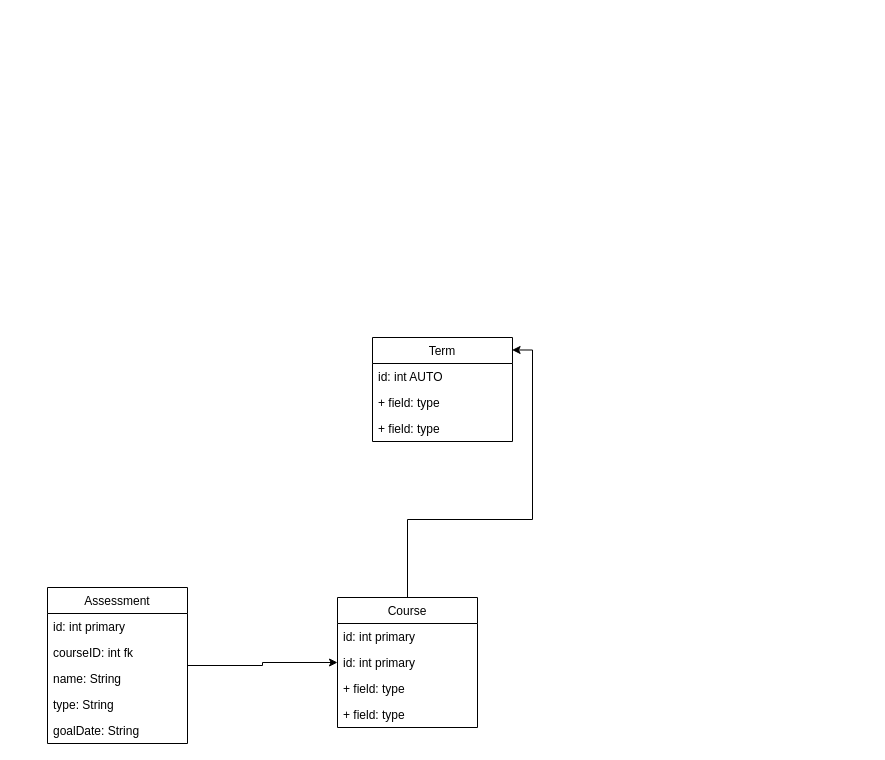
Before: extras/C196.drawio in tyler71/C196, a draw.io diagram. Source tidied: cells renumbered, new cells numbered last; positions are measured from the earlier drawing's top-left corner, leaving out a move shared by most shapes. Both pictures are drawn from the tidied source at 100%, with x=0, y=0 at pixel (47, 337).
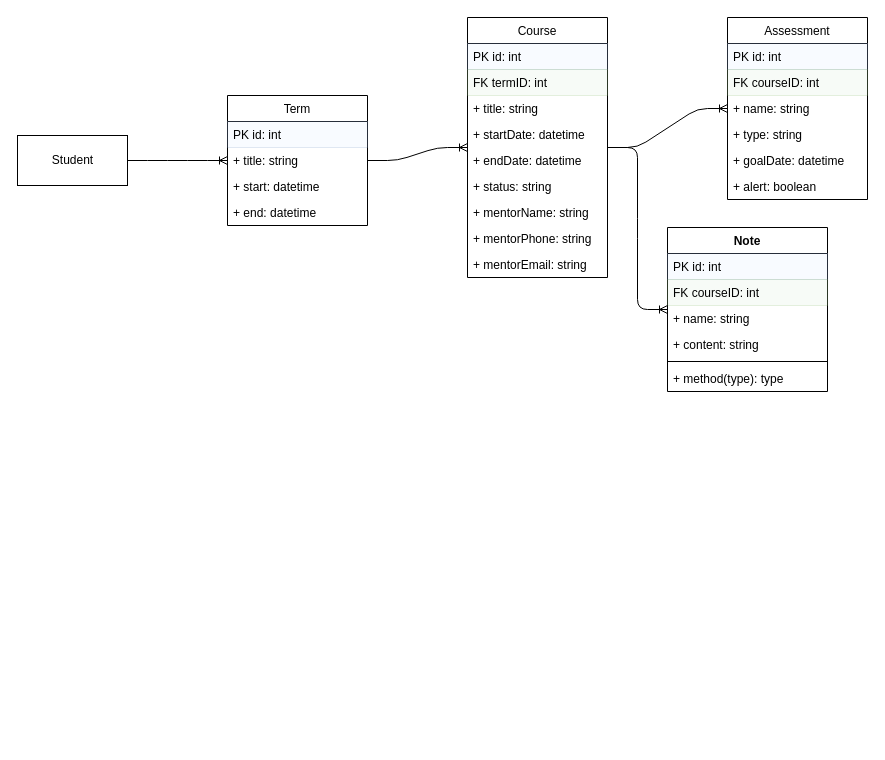
The same page after the edit.

Commit message:
nearly done with design of database. Include fk

The edit, as a diff of the source:
```diff
@@
+    <mxCell id="19" value="Student" style="html=1;" parent="1" vertex="1">
+      <mxGeometry x="-30" y="-202" width="110" height="50" as="geometry" />
+    </mxCell>
+    <mxCell id="14" value="Course" style="swimlane;fontStyle=0;horizontal=1;startSize=26;fillColor=none;" parent="1" vertex="1">
+      <mxGeometry x="420" y="-320" width="140" height="260" as="geometry" />
+    </mxCell>
+    <mxCell id="15" value="PK id: int" style="text;strokeColor=#6c8ebf;fillColor=#dae8fc;align=left;verticalAlign=top;spacingLeft=4;spacingRight=4;overflow=hidden;opacity=20;" parent="14" vertex="1">
+      <mxGeometry y="26" width="140" height="26" as="geometry" />
+    </mxCell>
+    <mxCell id="16" value="FK termID: int" style="text;strokeColor=#82b366;fillColor=#d5e8d4;align=left;verticalAlign=top;spacingLeft=4;spacingRight=4;overflow=hidden;opacity=20;" parent="14" vertex="1">
+      <mxGeometry y="52" width="140" height="26" as="geometry" />
+    </mxCell>
+    <mxCell id="17" value="+ title: string" style="text;strokeColor=none;fillColor=none;align=left;verticalAlign=top;spacingLeft=4;spacingRight=4;overflow=hidden;" parent="14" vertex="1">
+      <mxGeometry y="78" width="140" height="26" as="geometry" />
+    </mxCell>
+    <mxCell id="20" value="+ startDate: datetime" style="text;strokeColor=none;fillColor=none;align=left;verticalAlign=top;spacingLeft=4;spacingRight=4;overflow=hidden;" parent="14" vertex="1">
+      <mxGeometry y="104" width="140" height="26" as="geometry" />
+    </mxCell>
+    <mxCell id="21" value="+ endDate: datetime" style="text;strokeColor=none;fillColor=none;align=left;verticalAlign=top;spacingLeft=4;spacingRight=4;overflow=hidden;" parent="14" vertex="1">
+      <mxGeometry y="130" width="140" height="26" as="geometry" />
+    </mxCell>
+    <mxCell id="22" value="+ status: string" style="text;strokeColor=none;fillColor=none;align=left;verticalAlign=top;spacingLeft=4;spacingRight=4;overflow=hidden;" parent="14" vertex="1">
+      <mxGeometry y="156" width="140" height="26" as="geometry" />
+    </mxCell>
+    <mxCell id="23" value="+ mentorName: string" style="text;strokeColor=none;fillColor=none;align=left;verticalAlign=top;spacingLeft=4;spacingRight=4;overflow=hidden;" parent="14" vertex="1">
+      <mxGeometry y="182" width="140" height="26" as="geometry" />
+    </mxCell>
+    <mxCell id="24" value="+ mentorPhone: string" style="text;strokeColor=none;fillColor=none;align=left;verticalAlign=top;spacingLeft=4;spacingRight=4;overflow=hidden;" parent="14" vertex="1">
+      <mxGeometry y="208" width="140" height="26" as="geometry" />
+    </mxCell>
+    <mxCell id="25" value="+ mentorEmail: string" style="text;strokeColor=none;fillColor=none;align=left;verticalAlign=top;spacingLeft=4;spacingRight=4;overflow=hidden;" parent="14" vertex="1">
+      <mxGeometry y="234" width="140" height="26" as="geometry" />
+    </mxCell>
     <mxCell id="2" value="Term" style="swimlane;fontStyle=0;horizontal=1;startSize=26;fillColor=none;" parent="1" vertex="1">
-      <mxGeometry x="325" width="140" height="104" as="geometry" />
+      <mxGeometry x="180" y="-242" width="140" height="130" as="geometry" />
     </mxCell>
-    <mxCell id="3" value="id: int AUTO" style="text;strokeColor=none;fillColor=none;align=left;verticalAlign=top;spacingLeft=4;spacingRight=4;overflow=hidden;" parent="2" vertex="1">
+    <mxCell id="3" value="PK id: int" style="text;strokeColor=#6c8ebf;fillColor=#dae8fc;align=left;verticalAlign=top;spacingLeft=4;spacingRight=4;overflow=hidden;opacity=20;" parent="2" vertex="1">
       <mxGeometry y="26" width="140" height="26" as="geometry" />
     </mxCell>
-    <mxCell id="4" value="+ field: type" style="text;strokeColor=none;fillColor=none;align=left;verticalAlign=top;spacingLeft=4;spacingRight=4;overflow=hidden;" parent="2" vertex="1">
+    <mxCell id="4" value="+ title: string" style="text;strokeColor=none;fillColor=none;align=left;verticalAlign=top;spacingLeft=4;spacingRight=4;overflow=hidden;" parent="2" vertex="1">
       <mxGeometry y="52" width="140" height="26" as="geometry" />
     </mxCell>
-    <mxCell id="5" value="+ field: type" style="text;strokeColor=none;fillColor=none;align=left;verticalAlign=top;spacingLeft=4;spacingRight=4;overflow=hidden;" parent="2" vertex="1">
+    <mxCell id="5" value="+ start: datetime" style="text;strokeColor=none;fillColor=none;align=left;verticalAlign=top;spacingLeft=4;spacingRight=4;overflow=hidden;" parent="2" vertex="1">
       <mxGeometry y="78" width="140" height="26" as="geometry" />
     </mxCell>
-    <mxCell id="6" style="edgeStyle=orthogonalEdgeStyle;rounded=0;jettySize=auto;html=1;" parent="1" edge="1" source="7" target="14">
-      <mxGeometry relative="1" as="geometry" />
-    </mxCell>
+    <mxCell id="26" value="+ end: datetime" style="text;strokeColor=none;fillColor=none;align=left;verticalAlign=top;spacingLeft=4;spacingRight=4;overflow=hidden;" parent="2" vertex="1">
+      <mxGeometry y="104" width="140" height="26" as="geometry" />
+    </mxCell>
     <mxCell id="7" value="Assessment" style="swimlane;fontStyle=0;horizontal=1;startSize=26;fillColor=none;" parent="1" vertex="1">
-      <mxGeometry y="250" width="140" height="156" as="geometry" />
+      <mxGeometry x="680" y="-320" width="140" height="182" as="geometry" />
     </mxCell>
-    <mxCell id="8" value="id: int primary" style="text;strokeColor=none;fillColor=none;align=left;verticalAlign=top;spacingLeft=4;spacingRight=4;overflow=hidden;" parent="7" vertex="1">
+    <mxCell id="8" value="PK id: int" style="text;strokeColor=#6c8ebf;fillColor=#dae8fc;align=left;verticalAlign=top;spacingLeft=4;spacingRight=4;overflow=hidden;opacity=20;" parent="7" vertex="1">
       <mxGeometry y="26" width="140" height="26" as="geometry" />
     </mxCell>
-    <mxCell id="9" value="courseID: int fk" style="text;strokeColor=none;fillColor=none;align=left;verticalAlign=top;spacingLeft=4;spacingRight=4;overflow=hidden;" parent="7" vertex="1">
+    <mxCell id="9" value="FK courseID: int" style="text;strokeColor=#82b366;fillColor=#d5e8d4;align=left;verticalAlign=top;spacingLeft=4;spacingRight=4;overflow=hidden;opacity=20;" parent="7" vertex="1">
       <mxGeometry y="52" width="140" height="26" as="geometry" />
     </mxCell>
-    <mxCell id="10" value="name: String" style="text;strokeColor=none;fillColor=none;align=left;verticalAlign=top;spacingLeft=4;spacingRight=4;overflow=hidden;" parent="7" vertex="1">
+    <mxCell id="10" value="+ name: string" style="text;strokeColor=none;fillColor=none;align=left;verticalAlign=top;spacingLeft=4;spacingRight=4;overflow=hidden;" parent="7" vertex="1">
       <mxGeometry y="78" width="140" height="26" as="geometry" />
     </mxCell>
-    <mxCell id="11" value="type: String" style="text;strokeColor=none;fillColor=none;align=left;verticalAlign=top;spacingLeft=4;spacingRight=4;overflow=hidden;" parent="7" vertex="1">
+    <mxCell id="11" value="+ type: string" style="text;strokeColor=none;fillColor=none;align=left;verticalAlign=top;spacingLeft=4;spacingRight=4;overflow=hidden;" parent="7" vertex="1">
       <mxGeometry y="104" width="140" height="26" as="geometry" />
     </mxCell>
-    <mxCell id="12" value="goalDate: String" style="text;strokeColor=none;fillColor=none;align=left;verticalAlign=top;spacingLeft=4;spacingRight=4;overflow=hidden;" parent="7" vertex="1">
+    <mxCell id="12" value="+ goalDate: datetime" style="text;strokeColor=none;fillColor=none;align=left;verticalAlign=top;spacingLeft=4;spacingRight=4;overflow=hidden;" parent="7" vertex="1">
       <mxGeometry y="130" width="140" height="26" as="geometry" />
     </mxCell>
-    <mxCell id="13" style="edgeStyle=orthogonalEdgeStyle;rounded=0;jettySize=auto;html=1;entryX=0.997;entryY=0.12;entryDx=0;entryDy=0;entryPerimeter=0;" parent="1" edge="1" source="14" target="2">
-      <mxGeometry relative="1" as="geometry" />
-    </mxCell>
-    <mxCell id="14" value="Course" style="swimlane;fontStyle=0;horizontal=1;startSize=26;fillColor=none;" parent="1" vertex="1">
-      <mxGeometry x="290" y="260" width="140" height="130" as="geometry" />
-    </mxCell>
-    <mxCell id="15" value="id: int primary" style="text;strokeColor=none;fillColor=none;align=left;verticalAlign=top;spacingLeft=4;spacingRight=4;overflow=hidden;" parent="14" vertex="1">
-      <mxGeometry y="26" width="140" height="26" as="geometry" />
-    </mxCell>
-    <mxCell id="16" value="id: int primary" style="text;strokeColor=none;fillColor=none;align=left;verticalAlign=top;spacingLeft=4;spacingRight=4;overflow=hidden;" parent="14" vertex="1">
-      <mxGeometry y="52" width="140" height="26" as="geometry" />
-    </mxCell>
-    <mxCell id="17" value="+ field: type" style="text;strokeColor=none;fillColor=none;align=left;verticalAlign=top;spacingLeft=4;spacingRight=4;overflow=hidden;" parent="14" vertex="1">
-      <mxGeometry y="78" width="140" height="26" as="geometry" />
-    </mxCell>
-    <mxCell id="18" value="+ field: type" style="text;strokeColor=none;fillColor=none;align=left;verticalAlign=top;spacingLeft=4;spacingRight=4;overflow=hidden;" parent="14" vertex="1">
-      <mxGeometry y="104" width="140" height="26" as="geometry" />
-    </mxCell>
+    <mxCell id="27" value="+ alert: boolean" style="text;strokeColor=none;fillColor=none;align=left;verticalAlign=top;spacingLeft=4;spacingRight=4;overflow=hidden;" parent="7" vertex="1">
+      <mxGeometry y="156" width="140" height="26" as="geometry" />
+    </mxCell>
+    <mxCell id="28" value="Note" style="swimlane;fontStyle=1;align=center;verticalAlign=top;horizontal=1;startSize=26;" parent="1" vertex="1">
+      <mxGeometry x="620" y="-110" width="160" height="164" as="geometry" />
+    </mxCell>
+    <mxCell id="29" value="PK id: int" style="text;strokeColor=#6c8ebf;fillColor=#dae8fc;align=left;verticalAlign=top;spacingLeft=4;spacingRight=4;overflow=hidden;opacity=20;" parent="28" vertex="1">
+      <mxGeometry y="26" width="160" height="26" as="geometry" />
+    </mxCell>
+    <mxCell id="30" value="FK courseID: int" style="text;strokeColor=#82b366;fillColor=#d5e8d4;align=left;verticalAlign=top;spacingLeft=4;spacingRight=4;overflow=hidden;opacity=20;" parent="28" vertex="1">
+      <mxGeometry y="52" width="160" height="26" as="geometry" />
+    </mxCell>
+    <mxCell id="31" value="+ name: string" style="text;strokeColor=none;fillColor=none;align=left;verticalAlign=top;spacingLeft=4;spacingRight=4;overflow=hidden;" parent="28" vertex="1">
+      <mxGeometry y="78" width="160" height="26" as="geometry" />
+    </mxCell>
+    <mxCell id="32" value="+ content: string" style="text;strokeColor=none;fillColor=none;align=left;verticalAlign=top;spacingLeft=4;spacingRight=4;overflow=hidden;" parent="28" vertex="1">
+      <mxGeometry y="104" width="160" height="26" as="geometry" />
+    </mxCell>
+    <mxCell id="33" style="line;strokeWidth=1;fillColor=none;align=left;verticalAlign=middle;spacingTop=-1;spacingLeft=3;spacingRight=3;labelPosition=right;" parent="28" vertex="1">
+      <mxGeometry y="130" width="160" height="8" as="geometry" />
+    </mxCell>
+    <mxCell id="34" value="+ method(type): type" style="text;strokeColor=none;fillColor=none;align=left;verticalAlign=top;spacingLeft=4;spacingRight=4;overflow=hidden;" parent="28" vertex="1">
+      <mxGeometry y="138" width="160" height="26" as="geometry" />
+    </mxCell>
+    <mxCell id="35" style="edgeStyle=entityRelationEdgeStyle;fontSize=12;html=1;endArrow=ERoneToMany;" parent="1" edge="1" source="14" target="28">
+      <mxGeometry relative="1" as="geometry" />
+    </mxCell>
+    <mxCell id="36" style="edgeStyle=entityRelationEdgeStyle;fontSize=12;html=1;endArrow=ERoneToMany;" parent="1" edge="1" source="14" target="7">
+      <mxGeometry relative="1" as="geometry" />
+    </mxCell>
+    <mxCell id="37" style="edgeStyle=entityRelationEdgeStyle;fontSize=12;html=1;endArrow=ERoneToMany;" parent="1" edge="1" source="2" target="14">
+      <mxGeometry relative="1" as="geometry" />
+    </mxCell>
+    <mxCell id="38" style="edgeStyle=entityRelationEdgeStyle;fontSize=12;html=1;endArrow=ERoneToMany;" parent="1" edge="1" source="19" target="2">
+      <mxGeometry relative="1" as="geometry" />
+    </mxCell>
```
